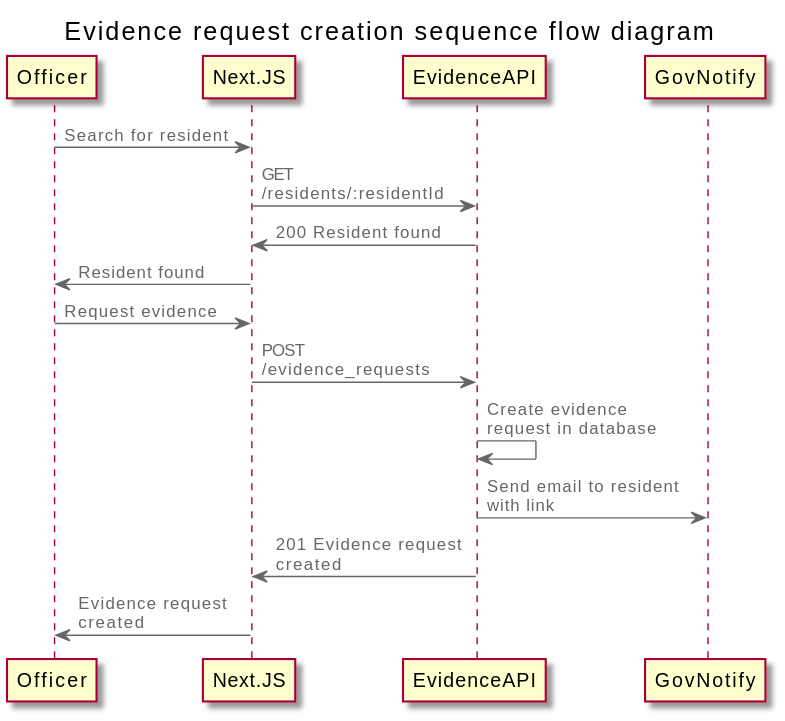
Above: docs/diagrams/evidence-request-creation-sequence-flow.svg in LBHackney-IT/evidence-api (PlantUML), before the change. Source of this version:
```plantuml
@startuml
!include https://raw.githubusercontent.com/plantuml-stdlib/C4-PlantUML/v2.2.0/C4_Deployment.puml
!include https://raw.githubusercontent.com/LBHackney-IT/cv-19-res-support-v3/development/docs/diagrams/c4_shared.puml

title Evidence request creation sequence flow diagram

Officer -> Next.JS: Search for resident
Next.JS -> EvidenceAPI: GET /residents/:residentId
Next.JS <- EvidenceAPI: 200 Resident found
Officer <- Next.JS: Resident found
Officer -> Next.JS: Request evidence
Next.JS -> EvidenceAPI: POST /evidence_requests
EvidenceAPI -> EvidenceAPI: Create evidence request in database
EvidenceAPI -> GovNotify: Send email to resident with link
Next.JS <- EvidenceAPI: 201 Evidence request created
Officer <- Next.JS: Evidence request created
@enduml
```
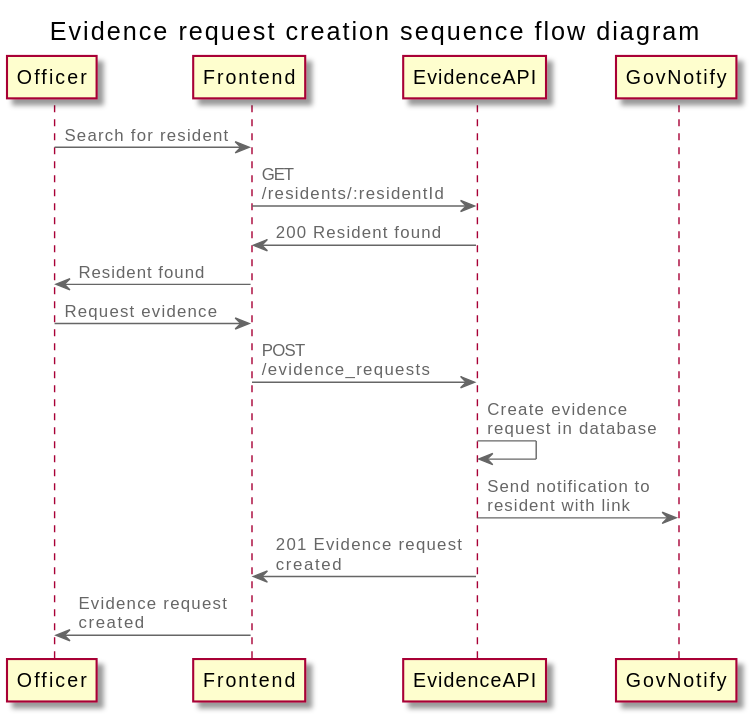
Above is the later version.

Diff of the diagram source:
```diff
@@ -4,14 +4,14 @@
 
 title Evidence request creation sequence flow diagram
 
-Officer -> Next.JS: Search for resident
-Next.JS -> EvidenceAPI: GET /residents/:residentId
-Next.JS <- EvidenceAPI: 200 Resident found
-Officer <- Next.JS: Resident found
-Officer -> Next.JS: Request evidence
-Next.JS -> EvidenceAPI: POST /evidence_requests
+Officer -> Frontend: Search for resident
+Frontend -> EvidenceAPI: GET /residents/:residentId
+Frontend <- EvidenceAPI: 200 Resident found
+Officer <- Frontend: Resident found
+Officer -> Frontend: Request evidence
+Frontend -> EvidenceAPI: POST /evidence_requests
 EvidenceAPI -> EvidenceAPI: Create evidence request in database
-EvidenceAPI -> GovNotify: Send email to resident with link
-Next.JS <- EvidenceAPI: 201 Evidence request created
-Officer <- Next.JS: Evidence request created
+EvidenceAPI -> GovNotify: Send notification to resident with link
+Frontend <- EvidenceAPI: 201 Evidence request created
+Officer <- Frontend: Evidence request created
 @enduml
```
